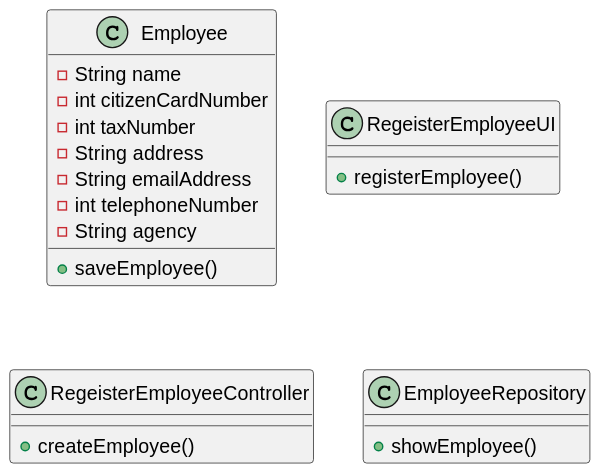
tiagohcorreia/LAPR2 keeps this PlantUML diagram as docs/sprintB/US003/03.design/svg/CD.svg. Above is the earlier version.
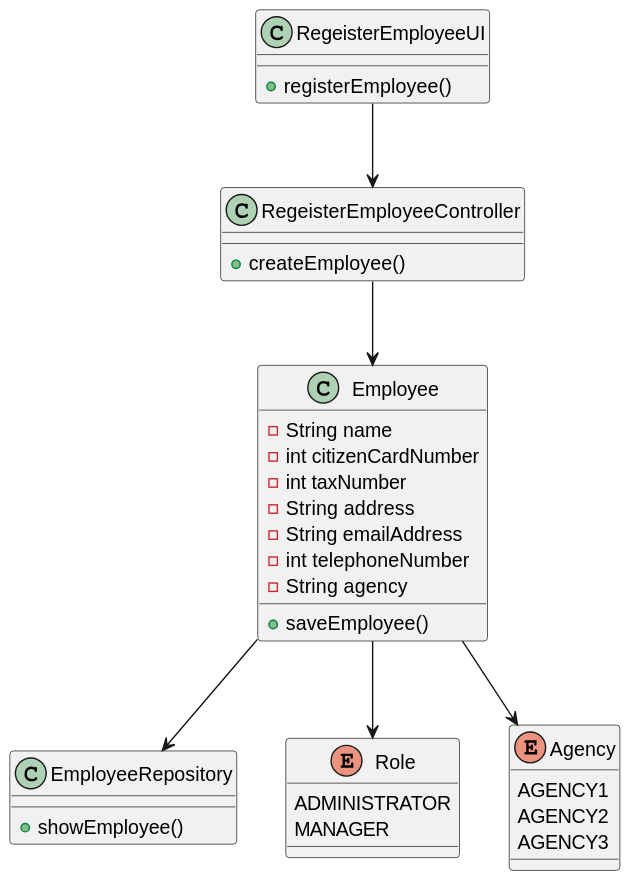
The same diagram one commit later.

Commit message:
US003 - class diagram update

What changed in the source:
```diff
@@ -7,7 +7,6 @@
     - String emailAddress
     - int telephoneNumber
     - String agency
-
     + saveEmployee()
 
 }
@@ -25,4 +24,23 @@
     + showEmployee()
 
 }
+
+Enum Role {
+
+    ADMINISTRATOR
+    MANAGER
+}
+
+Enum Agency {
+
+    AGENCY1
+    AGENCY2
+    AGENCY3
+}
+
+RegeisterEmployeeUI --> RegeisterEmployeeController
+RegeisterEmployeeController --> Employee
+Employee --> Role
+Employee --> Agency
+Employee --> EmployeeRepository
 @enduml
```
